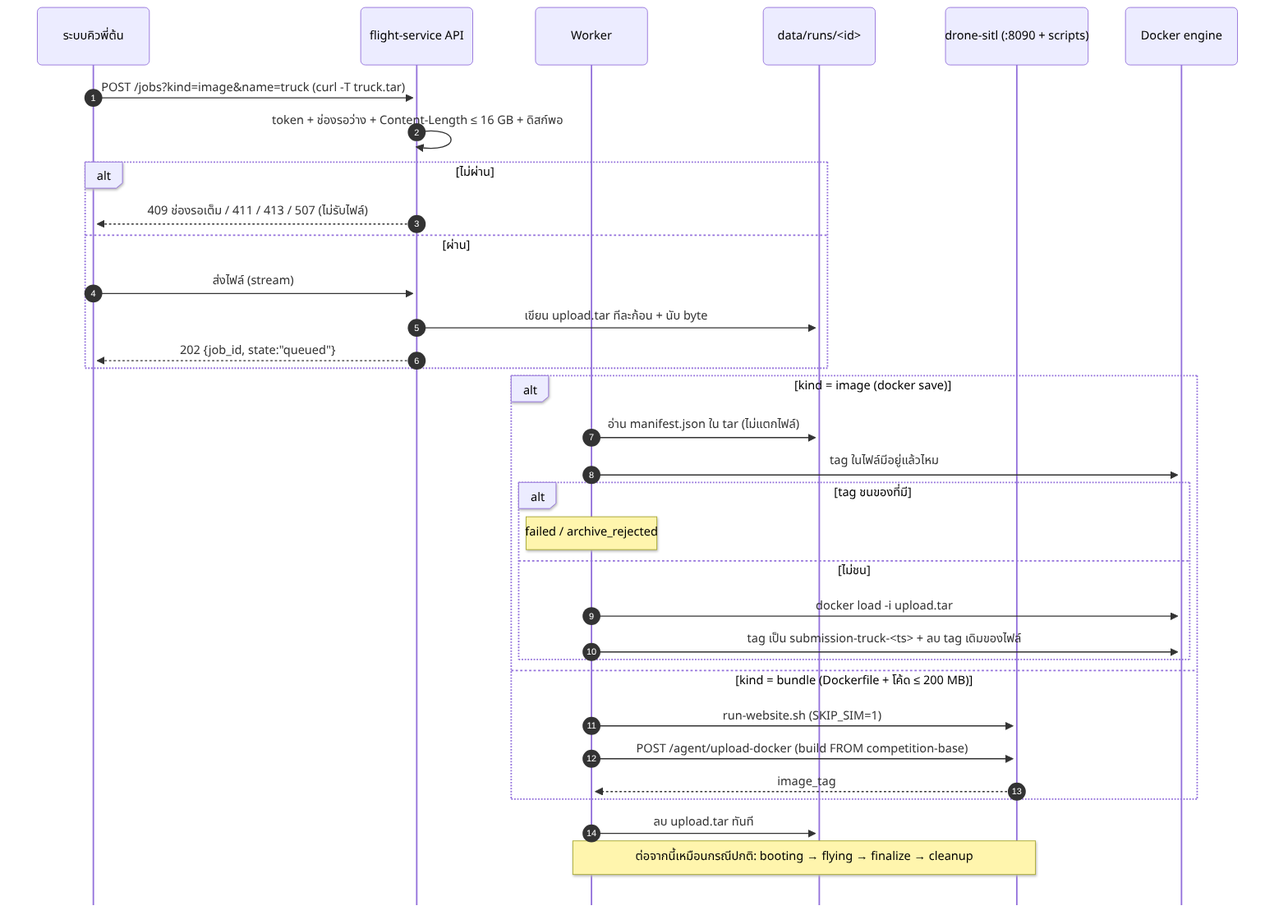
Earlier version of the Mermaid export docs/diagrams/05-upload.png (PerkiePai/flight-service). Its source is kept beside it as docs/diagrams/05-upload.mmd.
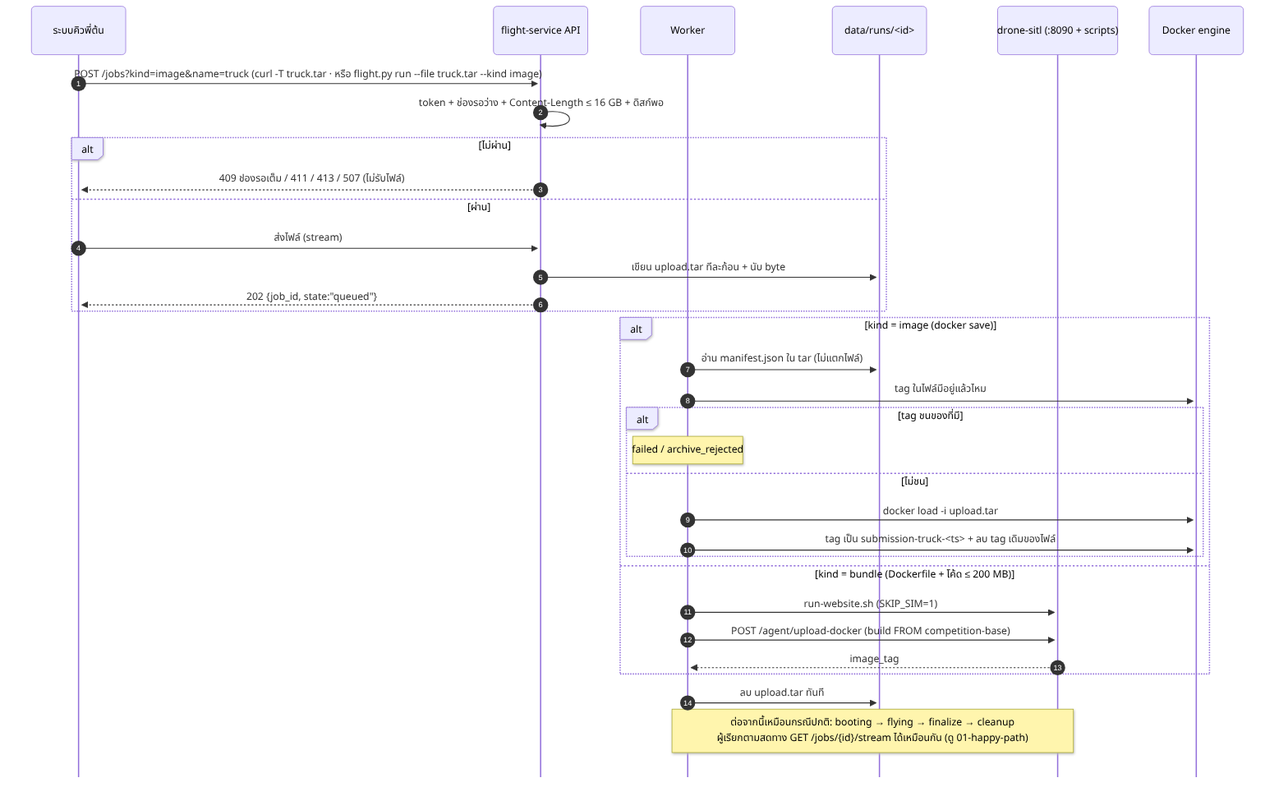
Above is the later version.

The edit, as a diff of the source:
```diff
@@ -7,7 +7,7 @@
     participant DS as drone-sitl (:8090 + scripts)
     participant DK as Docker engine
 
-    PT->>API: POST /jobs?kind=image&name=truck (curl -T truck.tar)
+    PT->>API: POST /jobs?kind=image&name=truck (curl -T truck.tar · หรือ flight.py run --file truck.tar --kind image)
     API->>API: token + ช่องรอว่าง + Content-Length ≤ 16 GB + ดิสก์พอ
     alt ไม่ผ่าน
         API-->>PT: 409 ช่องรอเต็ม / 411 / 413 / 507 (ไม่รับไฟล์)
@@ -31,4 +31,4 @@
         DS-->>W: image_tag
     end
     W->>FS: ลบ upload.tar ทันที
-    Note over W,DS: ต่อจากนี้เหมือนกรณีปกติ: booting → flying → finalize → cleanup
+    Note over W,DS: ต่อจากนี้เหมือนกรณีปกติ: booting → flying → finalize → cleanup<br/>ผู้เรียกตามสดทาง GET /jobs/{id}/stream ได้เหมือนกัน (ดู 01-happy-path)
```
